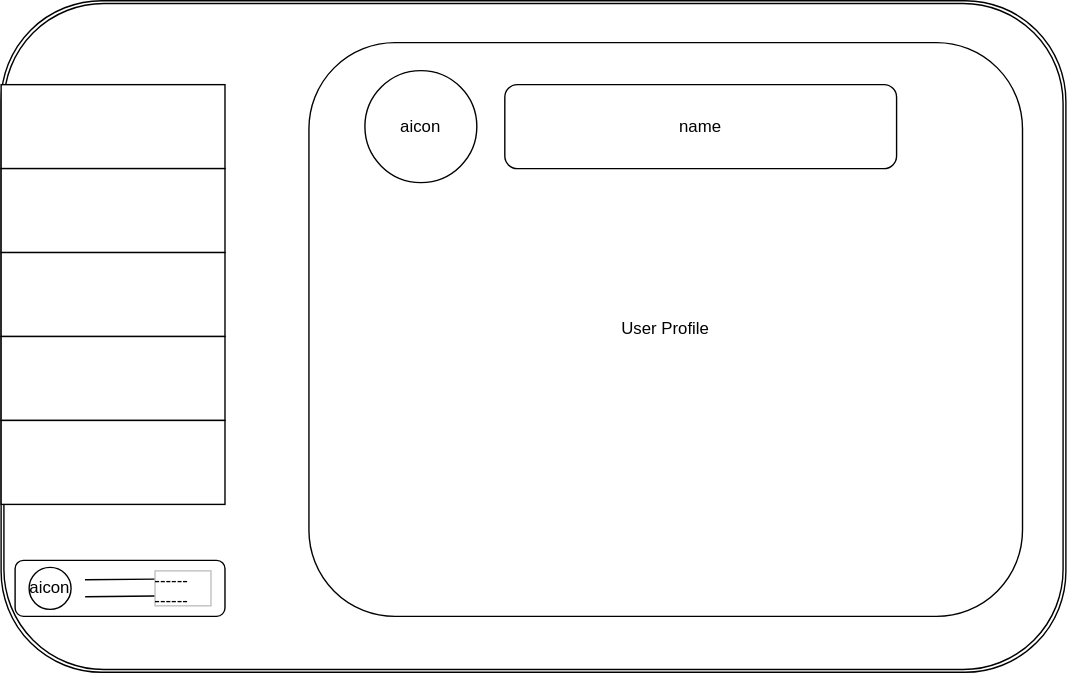
The draw.io diagram design sample/userStatuspage.drawio.svg in Yoshiki217/traning, before a commit. Source tidied: cells renumbered, new cells last; positions are measured from the earlier drawing's top-left corner, leaving out a move shared by most shapes. Its diagram source:
```xml
<mxGraphModel>
  <root>
    <mxCell id="0" />
    <mxCell id="1" parent="0" />
    <mxCell id="2" style="shape=ext;double=1;rounded=1;whiteSpace=wrap;html=1;" parent="1" vertex="1">
      <mxGeometry width="761" height="480" as="geometry" />
    </mxCell>
    <mxCell id="3" style="rounded=0;whiteSpace=wrap;html=1;" parent="1" vertex="1">
      <mxGeometry y="60" width="160" height="60" as="geometry" />
    </mxCell>
    <mxCell id="4" style="rounded=0;whiteSpace=wrap;html=1;" parent="1" vertex="1">
      <mxGeometry y="120" width="160" height="60" as="geometry" />
    </mxCell>
    <mxCell id="5" style="rounded=0;whiteSpace=wrap;html=1;" parent="1" vertex="1">
      <mxGeometry y="180" width="160" height="60" as="geometry" />
    </mxCell>
    <mxCell id="6" style="rounded=0;whiteSpace=wrap;html=1;" parent="1" vertex="1">
      <mxGeometry y="240" width="160" height="60" as="geometry" />
    </mxCell>
    <mxCell id="7" style="rounded=0;whiteSpace=wrap;html=1;" parent="1" vertex="1">
      <mxGeometry y="300" width="160" height="60" as="geometry" />
    </mxCell>
    <mxCell id="8" style="rounded=1;whiteSpace=wrap;html=1;" parent="1" vertex="1">
      <mxGeometry x="10" y="400" width="150" height="40" as="geometry" />
    </mxCell>
    <mxCell id="9" value="aicon" style="ellipse;whiteSpace=wrap;html=1;" parent="1" vertex="1">
      <mxGeometry x="20" y="405" width="30" height="30" as="geometry" />
    </mxCell>
    <mxCell id="10" style="shape=link;html=1;width=12.105263157894736;" parent="1" edge="1">
      <mxGeometry relative="1" as="geometry">
        <mxPoint x="60" y="419.9" as="sourcePoint" />
        <mxPoint x="110" y="419.5" as="targetPoint" />
      </mxGeometry>
    </mxCell>
    <mxCell id="11" value="------&lt;br&gt;------&lt;br&gt;&lt;br&gt;" style="text;html=1;strokeColor=#c0c0c0;fillColor=none;overflow=fill;" parent="1" vertex="1">
      <mxGeometry x="110" y="407.5" width="40" height="25" as="geometry" />
    </mxCell>
    <mxCell id="12" value="User Profile" style="rounded=1;whiteSpace=wrap;html=1;" parent="1" vertex="1">
      <mxGeometry x="220" y="30" width="510" height="410" as="geometry" />
    </mxCell>
    <mxCell id="13" value="aicon" style="ellipse;whiteSpace=wrap;html=1;" parent="1" vertex="1">
      <mxGeometry x="260" y="50" width="80" height="80" as="geometry" />
    </mxCell>
    <mxCell id="14" value="name" style="rounded=1;whiteSpace=wrap;html=1;" parent="1" vertex="1">
      <mxGeometry x="360" y="60" width="280" height="60" as="geometry" />
    </mxCell>
  </root>
</mxGraphModel>
```
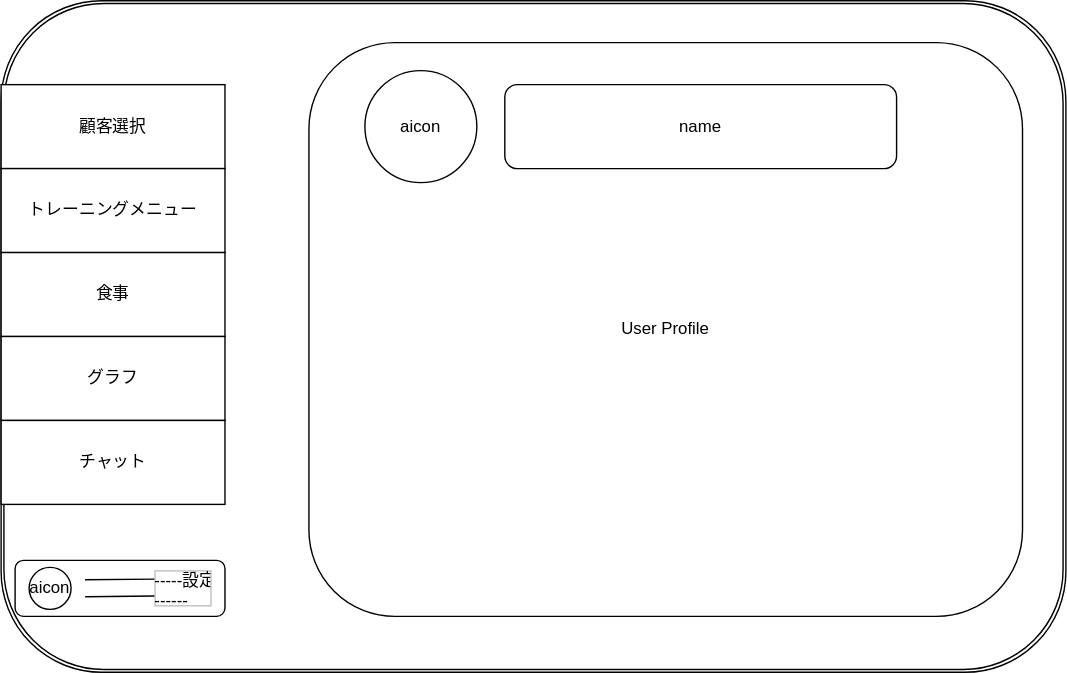
The same diagram one commit later.

Commit message:
add/createEventimage チャットイメージはLineのUIに寄せる

Change to the diagram source:
```diff
@@ -5,19 +5,19 @@
     <mxCell id="2" style="shape=ext;double=1;rounded=1;whiteSpace=wrap;html=1;" parent="1" vertex="1">
       <mxGeometry width="761" height="480" as="geometry" />
     </mxCell>
-    <mxCell id="3" style="rounded=0;whiteSpace=wrap;html=1;" parent="1" vertex="1">
+    <mxCell id="3" value="顧客選択" style="rounded=0;whiteSpace=wrap;html=1;" parent="1" vertex="1">
       <mxGeometry y="60" width="160" height="60" as="geometry" />
     </mxCell>
-    <mxCell id="4" style="rounded=0;whiteSpace=wrap;html=1;" parent="1" vertex="1">
+    <mxCell id="4" value="トレーニングメニュー" style="rounded=0;whiteSpace=wrap;html=1;" parent="1" vertex="1">
       <mxGeometry y="120" width="160" height="60" as="geometry" />
     </mxCell>
-    <mxCell id="5" style="rounded=0;whiteSpace=wrap;html=1;" parent="1" vertex="1">
+    <mxCell id="5" value="食事" style="rounded=0;whiteSpace=wrap;html=1;" parent="1" vertex="1">
       <mxGeometry y="180" width="160" height="60" as="geometry" />
     </mxCell>
-    <mxCell id="6" style="rounded=0;whiteSpace=wrap;html=1;" parent="1" vertex="1">
+    <mxCell id="6" value="グラフ" style="rounded=0;whiteSpace=wrap;html=1;" parent="1" vertex="1">
       <mxGeometry y="240" width="160" height="60" as="geometry" />
     </mxCell>
-    <mxCell id="7" style="rounded=0;whiteSpace=wrap;html=1;" parent="1" vertex="1">
+    <mxCell id="7" value="チャット" style="rounded=0;whiteSpace=wrap;html=1;" parent="1" vertex="1">
       <mxGeometry y="300" width="160" height="60" as="geometry" />
     </mxCell>
     <mxCell id="8" style="rounded=1;whiteSpace=wrap;html=1;" parent="1" vertex="1">
@@ -32,7 +32,7 @@
         <mxPoint x="110" y="419.5" as="targetPoint" />
       </mxGeometry>
     </mxCell>
-    <mxCell id="11" value="------&lt;br&gt;------&lt;br&gt;&lt;br&gt;" style="text;html=1;strokeColor=#c0c0c0;fillColor=none;overflow=fill;" parent="1" vertex="1">
+    <mxCell id="11" value="-----設定-&lt;br&gt;------&lt;br&gt;" style="text;html=1;strokeColor=#c0c0c0;fillColor=none;overflow=fill;" parent="1" vertex="1">
       <mxGeometry x="110" y="407.5" width="40" height="25" as="geometry" />
     </mxCell>
     <mxCell id="12" value="User Profile" style="rounded=1;whiteSpace=wrap;html=1;" parent="1" vertex="1">
```
